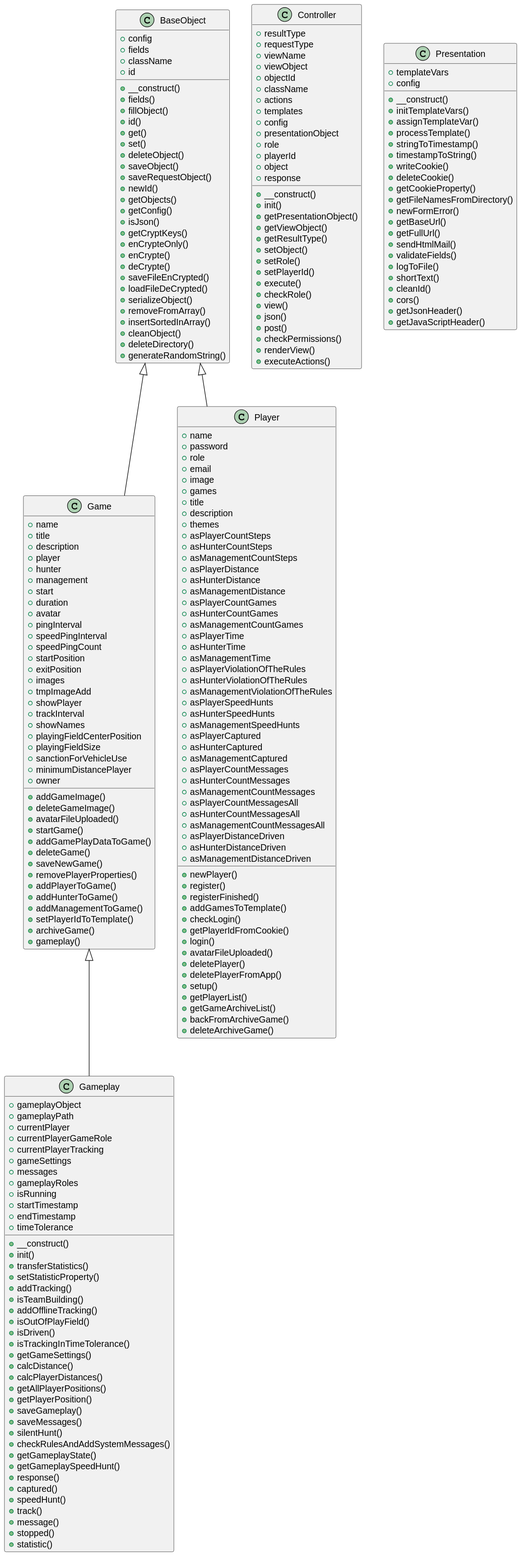
septem-sensu/friendshunt keeps this PlantUML diagram as includes/docs/php/graphs/classes.svg. Above is the earlier version.
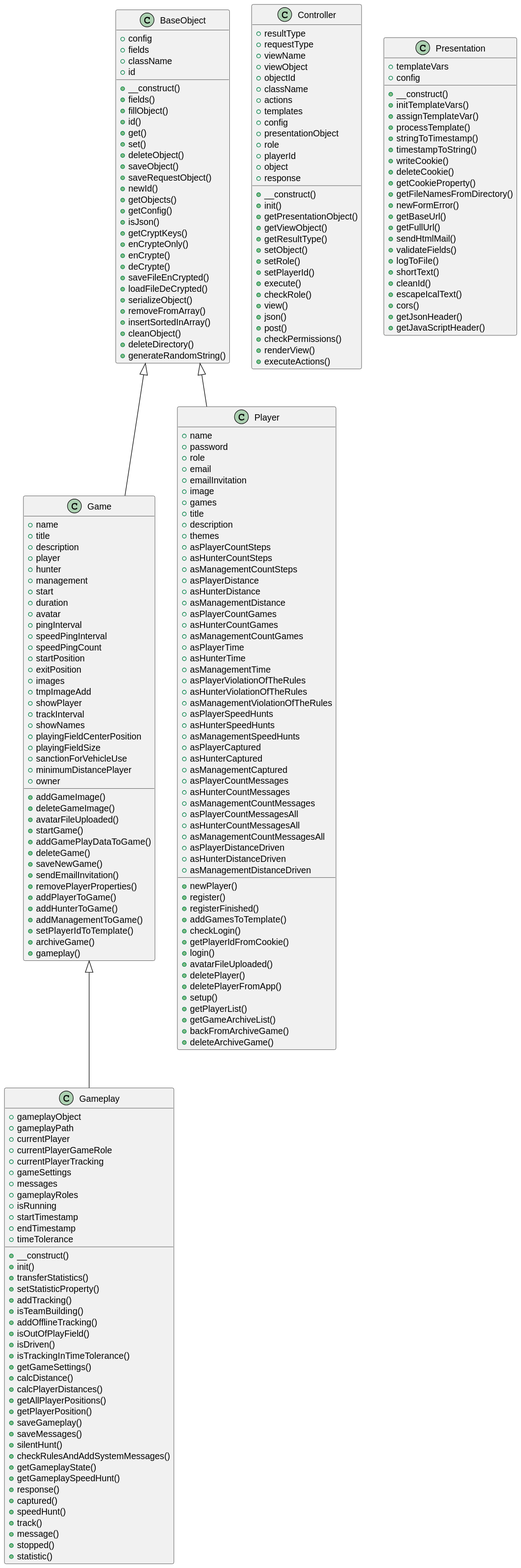
The same diagram one commit later.

Change to the diagram source:
```diff
@@ -96,6 +96,7 @@
   +addGamePlayDataToGame()
   +deleteGame()
   +saveNewGame()
+  +sendEmailInvitation()
   +removePlayerProperties()
   +addPlayerToGame()
   +addHunterToGame()
@@ -153,6 +154,7 @@
   +password
   +role
   +email
+  +emailInvitation
   +image
   +games
   +title
@@ -226,6 +228,7 @@
   +logToFile()
   +shortText()
   +cleanId()
+  +escapeIcalText()
   +cors()
   +getJsonHeader()
   +getJavaScriptHeader()
```
